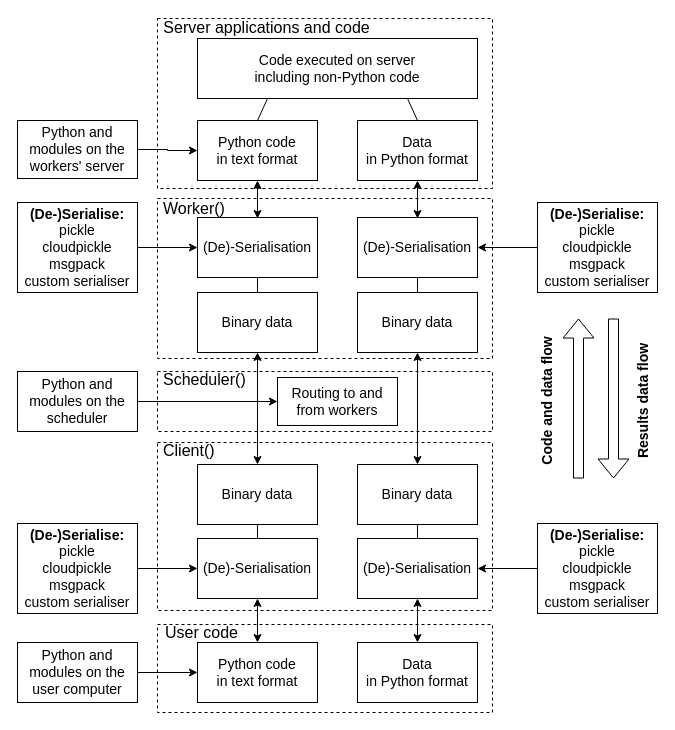
This is page "Page-1" (1 of 2) of doc/Report/pic/DaskSerialisation.drawio from NelisW/libraddask, a draw.io file, before an edit. Source tidied: cells renumbered, new cells numbered last; positions are measured from the earlier drawing's top-left corner, leaving out a move shared by most shapes. Both pictures are drawn from the tidied source at 100%, with x=0, y=0 at pixel (17, 17).
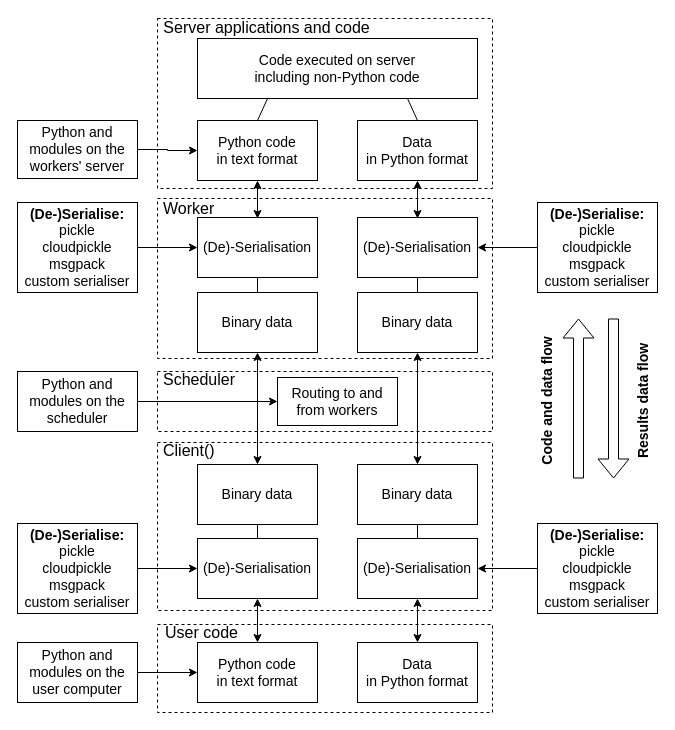
After the change.

What changed in the source:
```diff
@@
-    <mxCell id="23" value="&lt;span style=&quot;white-space: normal ; font-size: 16px&quot;&gt;Worker()&lt;/span&gt;" style="text;html=1;align=left;verticalAlign=middle;fontSize=16;" parent="1" vertex="1">
-      <mxGeometry x="144" y="181" width="80" height="20" as="geometry" />
+    <mxCell id="23" value="&lt;span style=&quot;white-space: normal ; font-size: 16px&quot;&gt;Worker&lt;/span&gt;" style="text;html=1;align=left;verticalAlign=middle;fontSize=16;" parent="1" vertex="1">
+      <mxGeometry x="144" y="181" width="70" height="20" as="geometry" />
     </mxCell>
-    <mxCell id="24" value="&lt;span style=&quot;white-space: normal; font-size: 16px;&quot;&gt;Scheduler()&lt;/span&gt;" style="text;html=1;align=left;verticalAlign=middle;fontSize=16;" parent="1" vertex="1">
-      <mxGeometry x="144" y="352" width="100" height="20" as="geometry" />
+    <mxCell id="24" value="&lt;span style=&quot;white-space: normal ; font-size: 16px&quot;&gt;Scheduler&lt;/span&gt;" style="text;html=1;align=left;verticalAlign=middle;fontSize=16;" parent="1" vertex="1">
+      <mxGeometry x="144" y="352" width="90" height="20" as="geometry" />
     </mxCell>
```
